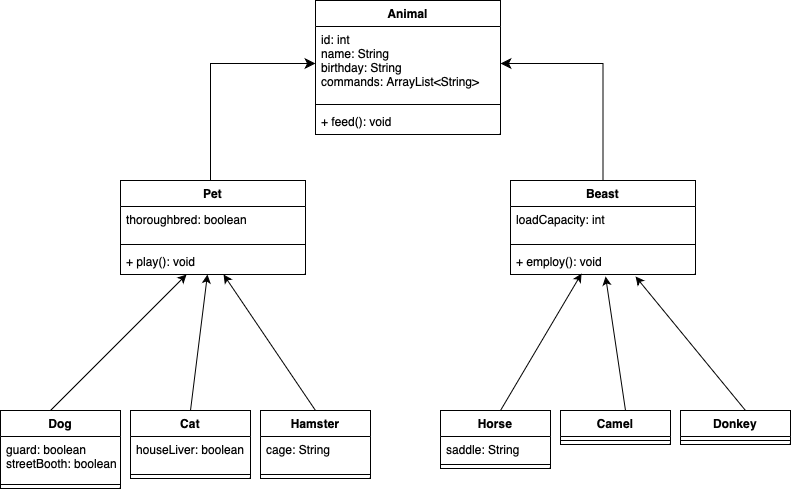
Before: Animals Diagram.drawio.png, a diagram exported from draw.io (mariarchie/FinalAssessment). Source tidied: cells renumbered, new cells last; positions are measured from the earlier drawing's top-left corner, leaving out a move shared by most shapes.
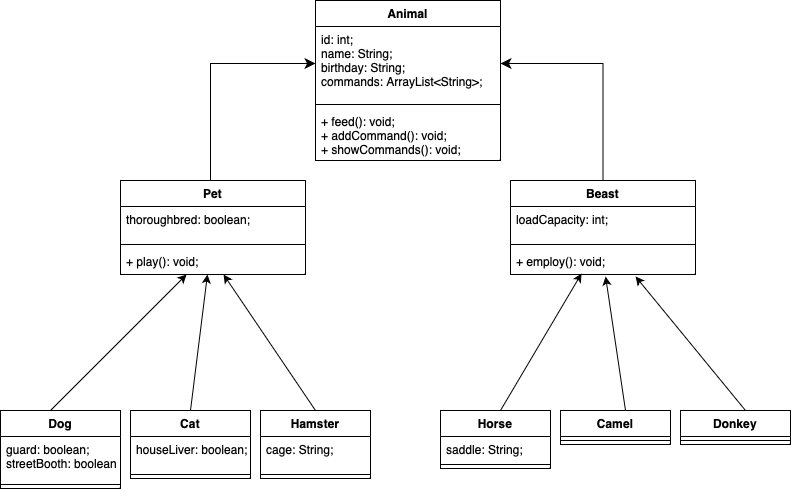
The same file after the commit.

Diff of the diagram source:
```diff
@@ -3,39 +3,39 @@
     <mxCell id="0" />
     <mxCell id="1" parent="0" />
     <mxCell id="2" value="Animal" style="swimlane;fontStyle=1;align=center;verticalAlign=top;horizontal=1;startSize=26;" parent="1" vertex="1">
-      <mxGeometry x="315" width="185" height="134" as="geometry" />
+      <mxGeometry x="315" width="185" height="160" as="geometry" />
     </mxCell>
-    <mxCell id="3" value="id: int&#10;name: String&#10;birthday: String&#10;commands: ArrayList&lt;String&gt;&#10;" style="text;strokeColor=none;fillColor=none;align=left;verticalAlign=top;spacingLeft=4;spacingRight=4;overflow=hidden;points=[[0,0.5],[1,0.5]];portConstraint=eastwest;" parent="2" vertex="1">
+    <mxCell id="3" value="id: int;&#10;name: String;&#10;birthday: String;&#10;commands: ArrayList&lt;String&gt;;&#10;" style="text;strokeColor=none;fillColor=none;align=left;verticalAlign=top;spacingLeft=4;spacingRight=4;overflow=hidden;points=[[0,0.5],[1,0.5]];portConstraint=eastwest;" parent="2" vertex="1">
       <mxGeometry y="26" width="185" height="74" as="geometry" />
     </mxCell>
     <mxCell id="4" style="line;strokeWidth=1;fillColor=none;align=left;verticalAlign=middle;spacingTop=-1;spacingLeft=3;spacingRight=3;labelPosition=right;strokeColor=inherit;" parent="2" vertex="1">
       <mxGeometry y="100" width="185" height="8" as="geometry" />
     </mxCell>
-    <mxCell id="5" value="+ feed(): void" style="text;strokeColor=none;fillColor=none;align=left;verticalAlign=top;spacingLeft=4;spacingRight=4;overflow=hidden;" parent="2" vertex="1">
-      <mxGeometry y="108" width="185" height="26" as="geometry" />
+    <mxCell id="5" value="+ feed(): void;&#10;+ addCommand(): void;&#10;+ showCommands(): void;" style="text;strokeColor=none;fillColor=none;align=left;verticalAlign=top;spacingLeft=4;spacingRight=4;overflow=hidden;" parent="2" vertex="1">
+      <mxGeometry y="108" width="185" height="52" as="geometry" />
     </mxCell>
     <mxCell id="6" value="Pet" style="swimlane;fontStyle=1;align=center;verticalAlign=top;horizontal=1;startSize=26;" parent="1" vertex="1">
       <mxGeometry x="120" y="180" width="185" height="94" as="geometry" />
     </mxCell>
-    <mxCell id="7" value="thoroughbred: boolean" style="text;strokeColor=none;fillColor=none;align=left;verticalAlign=top;spacingLeft=4;spacingRight=4;overflow=hidden;fontColor=#000000;" parent="6" vertex="1">
+    <mxCell id="7" value="thoroughbred: boolean;" style="text;strokeColor=none;fillColor=none;align=left;verticalAlign=top;spacingLeft=4;spacingRight=4;overflow=hidden;fontColor=#000000;" parent="6" vertex="1">
       <mxGeometry y="26" width="185" height="34" as="geometry" />
     </mxCell>
     <mxCell id="8" style="line;strokeWidth=1;fillColor=none;align=left;verticalAlign=middle;spacingTop=-1;spacingLeft=3;spacingRight=3;labelPosition=right;strokeColor=inherit;" parent="6" vertex="1">
       <mxGeometry y="60" width="185" height="8" as="geometry" />
     </mxCell>
-    <mxCell id="9" value="+ play(): void" style="text;strokeColor=none;fillColor=none;align=left;verticalAlign=top;spacingLeft=4;spacingRight=4;overflow=hidden;points=[[0,0.5],[1,0.5]];portConstraint=eastwest;" parent="6" vertex="1">
+    <mxCell id="9" value="+ play(): void;" style="text;strokeColor=none;fillColor=none;align=left;verticalAlign=top;spacingLeft=4;spacingRight=4;overflow=hidden;points=[[0,0.5],[1,0.5]];portConstraint=eastwest;" parent="6" vertex="1">
       <mxGeometry y="68" width="185" height="26" as="geometry" />
     </mxCell>
     <mxCell id="10" value="Beast" style="swimlane;fontStyle=1;align=center;verticalAlign=top;horizontal=1;startSize=26;" parent="1" vertex="1">
       <mxGeometry x="510" y="180" width="185" height="94" as="geometry" />
     </mxCell>
-    <mxCell id="11" value="loadCapacity: int" style="text;strokeColor=none;fillColor=none;align=left;verticalAlign=top;spacingLeft=4;spacingRight=4;overflow=hidden;" parent="10" vertex="1">
+    <mxCell id="11" value="loadCapacity: int;" style="text;strokeColor=none;fillColor=none;align=left;verticalAlign=top;spacingLeft=4;spacingRight=4;overflow=hidden;" parent="10" vertex="1">
       <mxGeometry y="26" width="185" height="34" as="geometry" />
     </mxCell>
     <mxCell id="12" style="line;strokeWidth=1;fillColor=none;align=left;verticalAlign=middle;spacingTop=-1;spacingLeft=3;spacingRight=3;labelPosition=right;strokeColor=inherit;" parent="10" vertex="1">
       <mxGeometry y="60" width="185" height="8" as="geometry" />
     </mxCell>
-    <mxCell id="13" value="+ employ(): void" style="text;strokeColor=none;fillColor=none;align=left;verticalAlign=top;spacingLeft=4;spacingRight=4;overflow=hidden;points=[[0,0.5],[1,0.5]];portConstraint=eastwest;" parent="10" vertex="1">
+    <mxCell id="13" value="+ employ(): void;" style="text;strokeColor=none;fillColor=none;align=left;verticalAlign=top;spacingLeft=4;spacingRight=4;overflow=hidden;points=[[0,0.5],[1,0.5]];portConstraint=eastwest;" parent="10" vertex="1">
       <mxGeometry y="68" width="185" height="26" as="geometry" />
     </mxCell>
     <mxCell id="14" style="edgeStyle=segmentEdgeStyle;endArrow=classic;html=1;curved=0;rounded=0;endSize=8;startSize=8;entryX=1;entryY=0.5;entryDx=0;entryDy=0;exitX=0.5;exitY=0;exitDx=0;exitDy=0;" parent="1" edge="1" source="10" target="3">
@@ -56,7 +56,7 @@
     <mxCell id="16" value="Dog" style="swimlane;fontStyle=1;align=center;verticalAlign=top;horizontal=1;startSize=26;" parent="1" vertex="1">
       <mxGeometry y="410" width="120" height="78" as="geometry" />
     </mxCell>
-    <mxCell id="17" value="guard: boolean&#10;streetBooth: boolean&#10;" style="text;strokeColor=none;fillColor=none;align=left;verticalAlign=top;spacingLeft=4;spacingRight=4;overflow=hidden;" parent="16" vertex="1">
+    <mxCell id="17" value="guard: boolean;&#10;streetBooth: boolean;&#10;" style="text;strokeColor=none;fillColor=none;align=left;verticalAlign=top;spacingLeft=4;spacingRight=4;overflow=hidden;" parent="16" vertex="1">
       <mxGeometry y="26" width="120" height="44" as="geometry" />
     </mxCell>
     <mxCell id="18" style="line;strokeWidth=1;fillColor=none;align=left;verticalAlign=middle;spacingTop=-1;spacingLeft=3;spacingRight=3;labelPosition=right;strokeColor=inherit;" parent="16" vertex="1">
@@ -65,7 +65,7 @@
     <mxCell id="19" value="Cat" style="swimlane;fontStyle=1;align=center;verticalAlign=top;horizontal=1;startSize=26;" parent="1" vertex="1">
       <mxGeometry x="130" y="410" width="120" height="68" as="geometry" />
     </mxCell>
-    <mxCell id="20" value="houseLiver: boolean" style="text;strokeColor=none;fillColor=none;align=left;verticalAlign=top;spacingLeft=4;spacingRight=4;overflow=hidden;" parent="19" vertex="1">
+    <mxCell id="20" value="houseLiver: boolean;" style="text;strokeColor=none;fillColor=none;align=left;verticalAlign=top;spacingLeft=4;spacingRight=4;overflow=hidden;" parent="19" vertex="1">
       <mxGeometry y="26" width="120" height="34" as="geometry" />
     </mxCell>
     <mxCell id="21" style="line;strokeWidth=1;fillColor=none;align=left;verticalAlign=middle;spacingTop=-1;spacingLeft=3;spacingRight=3;labelPosition=right;strokeColor=inherit;" parent="19" vertex="1">
@@ -74,7 +74,7 @@
     <mxCell id="22" value="Hamster" style="swimlane;fontStyle=1;align=center;verticalAlign=top;horizontal=1;startSize=26;" parent="1" vertex="1">
       <mxGeometry x="260" y="410" width="110" height="68" as="geometry" />
     </mxCell>
-    <mxCell id="23" value="cage: String" style="text;strokeColor=none;fillColor=none;align=left;verticalAlign=top;spacingLeft=4;spacingRight=4;overflow=hidden;" parent="22" vertex="1">
+    <mxCell id="23" value="cage: String;" style="text;strokeColor=none;fillColor=none;align=left;verticalAlign=top;spacingLeft=4;spacingRight=4;overflow=hidden;" parent="22" vertex="1">
       <mxGeometry y="26" width="110" height="34" as="geometry" />
     </mxCell>
     <mxCell id="24" style="line;strokeWidth=1;fillColor=none;align=left;verticalAlign=middle;spacingTop=-1;spacingLeft=3;spacingRight=3;labelPosition=right;strokeColor=inherit;" parent="22" vertex="1">
@@ -83,7 +83,7 @@
     <mxCell id="25" value="Horse" style="swimlane;fontStyle=1;align=center;verticalAlign=top;horizontal=1;startSize=26;" parent="1" vertex="1">
       <mxGeometry x="440" y="410" width="110" height="58" as="geometry" />
     </mxCell>
-    <mxCell id="26" value="saddle: String" style="text;strokeColor=none;fillColor=none;align=left;verticalAlign=top;spacingLeft=4;spacingRight=4;overflow=hidden;" parent="25" vertex="1">
+    <mxCell id="26" value="saddle: String;" style="text;strokeColor=none;fillColor=none;align=left;verticalAlign=top;spacingLeft=4;spacingRight=4;overflow=hidden;" parent="25" vertex="1">
       <mxGeometry y="26" width="110" height="24" as="geometry" />
     </mxCell>
     <mxCell id="27" style="line;strokeWidth=1;fillColor=none;align=left;verticalAlign=middle;spacingTop=-1;spacingLeft=3;spacingRight=3;labelPosition=right;strokeColor=inherit;" parent="25" vertex="1">
```
